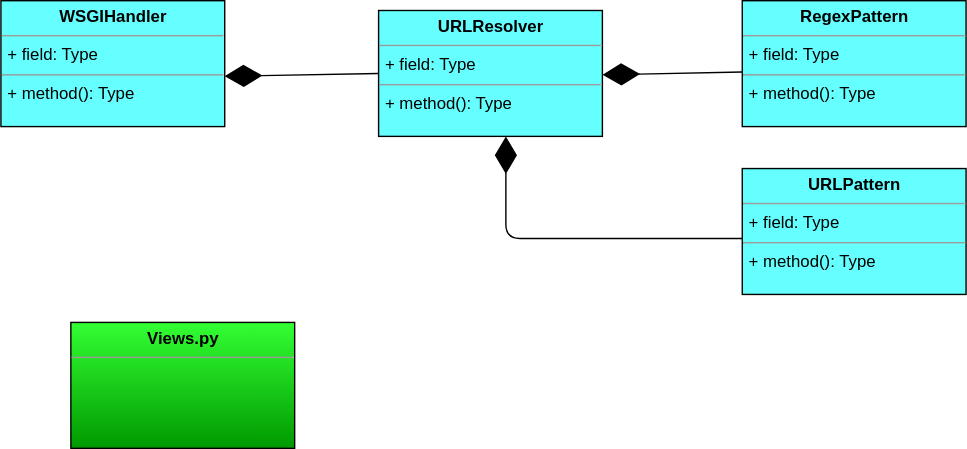
Before: urlconf.svg, a diagram exported from draw.io (shotgunner/django_inside). Source tidied: cells renumbered, new cells last; positions are measured from the earlier drawing's top-left corner, leaving out a move shared by most shapes. The source it was exported from:
```xml
<mxGraphModel background="#ffffff">
  <root>
    <mxCell id="0" />
    <mxCell id="1" parent="0" />
    <mxCell id="2" value="&lt;p style=&quot;margin: 0px ; margin-top: 4px ; text-align: center&quot;&gt;&lt;b&gt;Views.py&lt;/b&gt;&lt;/p&gt;&lt;hr size=&quot;1&quot;&gt;&lt;p style=&quot;margin: 0px ; margin-left: 4px&quot;&gt;&lt;br&gt;&lt;/p&gt;" style="verticalAlign=top;align=left;overflow=fill;fontSize=12;fontFamily=Helvetica;html=1;strokeColor=#000000;fillColor=#33FF33;gradientColor=#009900;" parent="1" vertex="1">
      <mxGeometry x="50" y="230" width="160" height="90" as="geometry" />
    </mxCell>
    <mxCell id="3" value="&lt;p style=&quot;margin: 0px ; margin-top: 4px ; text-align: center&quot;&gt;&lt;b&gt;WSGIHandler&lt;/b&gt;&lt;/p&gt;&lt;hr size=&quot;1&quot;&gt;&lt;p style=&quot;margin: 0px ; margin-left: 4px&quot;&gt;+ field: Type&lt;/p&gt;&lt;hr size=&quot;1&quot;&gt;&lt;p style=&quot;margin: 0px ; margin-left: 4px&quot;&gt;+ method(): Type&lt;/p&gt;" style="verticalAlign=top;align=left;overflow=fill;fontSize=12;fontFamily=Helvetica;html=1;strokeColor=#000000;fillColor=#66FFFF;gradientColor=none;" parent="1" vertex="1">
      <mxGeometry width="160" height="90" as="geometry" />
    </mxCell>
    <mxCell id="4" value="&lt;p style=&quot;margin: 0px ; margin-top: 4px ; text-align: center&quot;&gt;&lt;b&gt;URLResolver&lt;/b&gt;&lt;/p&gt;&lt;hr size=&quot;1&quot;&gt;&lt;p style=&quot;margin: 0px ; margin-left: 4px&quot;&gt;+ field: Type&lt;/p&gt;&lt;hr size=&quot;1&quot;&gt;&lt;p style=&quot;margin: 0px ; margin-left: 4px&quot;&gt;+ method(): Type&lt;/p&gt;" style="verticalAlign=top;align=left;overflow=fill;fontSize=12;fontFamily=Helvetica;html=1;strokeColor=#000000;fillColor=#66FFFF;gradientColor=none;" parent="1" vertex="1">
      <mxGeometry x="270" y="7" width="160" height="90" as="geometry" />
    </mxCell>
    <mxCell id="5" value="&lt;p style=&quot;margin: 0px ; margin-top: 4px ; text-align: center&quot;&gt;&lt;b&gt;RegexPattern&lt;/b&gt;&lt;/p&gt;&lt;hr size=&quot;1&quot;&gt;&lt;p style=&quot;margin: 0px ; margin-left: 4px&quot;&gt;+ field: Type&lt;/p&gt;&lt;hr size=&quot;1&quot;&gt;&lt;p style=&quot;margin: 0px ; margin-left: 4px&quot;&gt;+ method(): Type&lt;/p&gt;" style="verticalAlign=top;align=left;overflow=fill;fontSize=12;fontFamily=Helvetica;html=1;strokeColor=#000000;fillColor=#66FFFF;gradientColor=none;" parent="1" vertex="1">
      <mxGeometry x="530" width="160" height="90" as="geometry" />
    </mxCell>
    <mxCell id="6" style="endArrow=diamondThin;endFill=1;endSize=24;html=1;fontSize=14;fontColor=#000000;entryX=1;entryY=0.6;entryPerimeter=0;exitX=0;exitY=0.5;" parent="1" edge="1" source="4" target="3">
      <mxGeometry relative="1" as="geometry" />
    </mxCell>
    <mxCell id="7" style="endArrow=diamondThin;endFill=1;endSize=24;html=1;fontSize=14;fontColor=#000000;exitX=0;exitY=0.5;" parent="1" edge="1">
      <mxGeometry relative="1" as="geometry">
        <mxPoint x="530" y="51" as="sourcePoint" />
        <mxPoint x="430" y="53" as="targetPoint" />
      </mxGeometry>
    </mxCell>
    <mxCell id="8" style="endArrow=diamondThin;endFill=1;endSize=24;html=1;fontSize=14;fontColor=#000000;entryX=0.569;entryY=1;entryPerimeter=0;" parent="1" edge="1" target="4">
      <mxGeometry relative="1" as="geometry">
        <mxPoint x="530" y="170" as="sourcePoint" />
        <Array as="points">
          <mxPoint x="361" y="170" />
        </Array>
      </mxGeometry>
    </mxCell>
    <mxCell id="9" value="&lt;p style=&quot;margin: 0px ; margin-top: 4px ; text-align: center&quot;&gt;&lt;b&gt;URLPattern&lt;/b&gt;&lt;/p&gt;&lt;hr size=&quot;1&quot;&gt;&lt;p style=&quot;margin: 0px ; margin-left: 4px&quot;&gt;+ field: Type&lt;/p&gt;&lt;hr size=&quot;1&quot;&gt;&lt;p style=&quot;margin: 0px ; margin-left: 4px&quot;&gt;+ method(): Type&lt;/p&gt;" style="verticalAlign=top;align=left;overflow=fill;fontSize=12;fontFamily=Helvetica;html=1;strokeColor=#000000;fillColor=#66FFFF;gradientColor=none;" parent="1" vertex="1">
      <mxGeometry x="530" y="120" width="160" height="90" as="geometry" />
    </mxCell>
  </root>
</mxGraphModel>
```
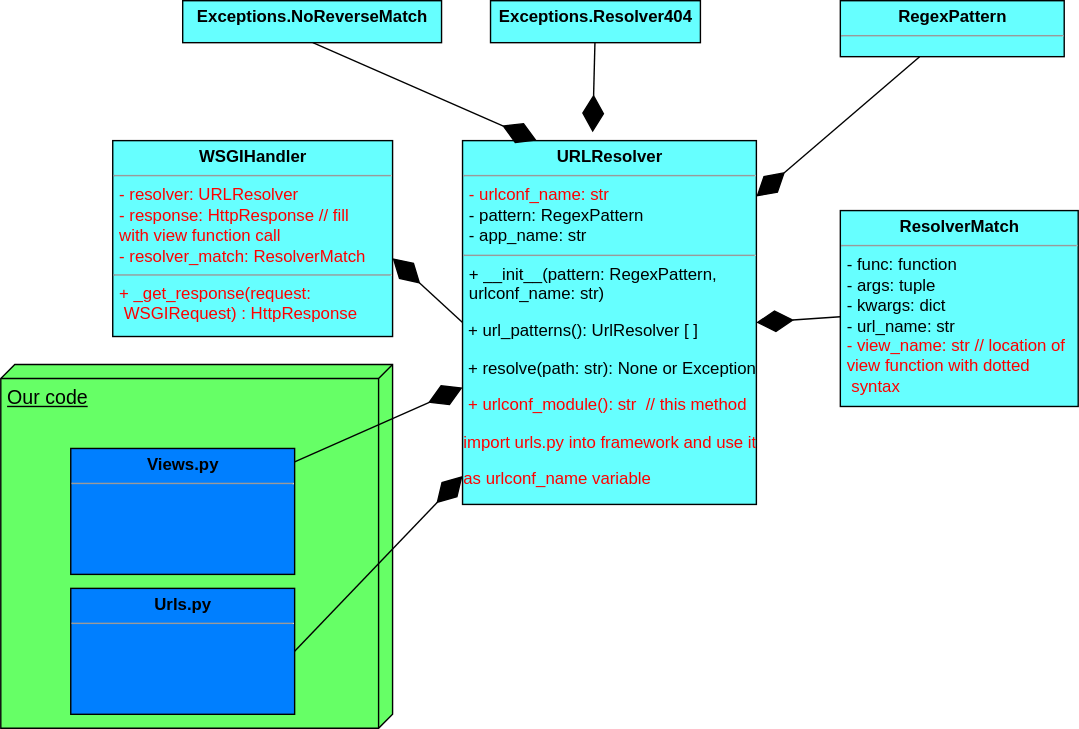
After the change.

The edit, as a diff of the source:
```diff
@@ -2,37 +2,55 @@
   <root>
     <mxCell id="0" />
     <mxCell id="1" parent="0" />
-    <mxCell id="2" value="&lt;p style=&quot;margin: 0px ; margin-top: 4px ; text-align: center&quot;&gt;&lt;b&gt;Views.py&lt;/b&gt;&lt;/p&gt;&lt;hr size=&quot;1&quot;&gt;&lt;p style=&quot;margin: 0px ; margin-left: 4px&quot;&gt;&lt;br&gt;&lt;/p&gt;" style="verticalAlign=top;align=left;overflow=fill;fontSize=12;fontFamily=Helvetica;html=1;strokeColor=#000000;fillColor=#33FF33;gradientColor=#009900;" parent="1" vertex="1">
-      <mxGeometry x="50" y="230" width="160" height="90" as="geometry" />
+    <mxCell id="2" value="Our code" style="verticalAlign=top;align=left;spacingTop=8;spacingLeft=2;spacingRight=12;shape=cube;size=10;direction=south;fontStyle=4;html=1;strokeColor=#000000;fillColor=#66FF66;gradientColor=none;fontSize=14;fontColor=#000000;labelBackgroundColor=none;" parent="1" vertex="1">
+      <mxGeometry x="-80" y="140" width="280" height="260" as="geometry" />
     </mxCell>
-    <mxCell id="3" value="&lt;p style=&quot;margin: 0px ; margin-top: 4px ; text-align: center&quot;&gt;&lt;b&gt;WSGIHandler&lt;/b&gt;&lt;/p&gt;&lt;hr size=&quot;1&quot;&gt;&lt;p style=&quot;margin: 0px ; margin-left: 4px&quot;&gt;+ field: Type&lt;/p&gt;&lt;hr size=&quot;1&quot;&gt;&lt;p style=&quot;margin: 0px ; margin-left: 4px&quot;&gt;+ method(): Type&lt;/p&gt;" style="verticalAlign=top;align=left;overflow=fill;fontSize=12;fontFamily=Helvetica;html=1;strokeColor=#000000;fillColor=#66FFFF;gradientColor=none;" parent="1" vertex="1">
-      <mxGeometry width="160" height="90" as="geometry" />
+    <mxCell id="3" value="&lt;p style=&quot;margin: 0px ; margin-top: 4px ; text-align: center&quot;&gt;&lt;b&gt;Views.py&lt;/b&gt;&lt;/p&gt;&lt;hr size=&quot;1&quot;&gt;&lt;p style=&quot;margin: 0px ; margin-left: 4px&quot;&gt;&lt;br&gt;&lt;/p&gt;" style="verticalAlign=top;align=left;overflow=fill;fontSize=12;fontFamily=Helvetica;html=1;strokeColor=#000000;fillColor=#007FFF;gradientColor=none;" parent="1" vertex="1">
+      <mxGeometry x="-30" y="200" width="160" height="90" as="geometry" />
     </mxCell>
-    <mxCell id="4" value="&lt;p style=&quot;margin: 0px ; margin-top: 4px ; text-align: center&quot;&gt;&lt;b&gt;URLResolver&lt;/b&gt;&lt;/p&gt;&lt;hr size=&quot;1&quot;&gt;&lt;p style=&quot;margin: 0px ; margin-left: 4px&quot;&gt;+ field: Type&lt;/p&gt;&lt;hr size=&quot;1&quot;&gt;&lt;p style=&quot;margin: 0px ; margin-left: 4px&quot;&gt;+ method(): Type&lt;/p&gt;" style="verticalAlign=top;align=left;overflow=fill;fontSize=12;fontFamily=Helvetica;html=1;strokeColor=#000000;fillColor=#66FFFF;gradientColor=none;" parent="1" vertex="1">
-      <mxGeometry x="270" y="7" width="160" height="90" as="geometry" />
+    <mxCell id="4" value="&lt;p style=&quot;margin: 0px ; margin-top: 4px ; text-align: center&quot;&gt;&lt;b&gt;WSGIHandler&lt;/b&gt;&lt;/p&gt;&lt;hr size=&quot;1&quot;&gt;&lt;p style=&quot;margin: 0px ; margin-left: 4px&quot;&gt;&lt;font color=&quot;#ff0000&quot;&gt;- resolver: URLResolver&lt;/font&gt;&lt;/p&gt;&lt;p style=&quot;margin: 0px ; margin-left: 4px&quot;&gt;&lt;font color=&quot;#ff0000&quot;&gt;- response: HttpResponse // fill&lt;/font&gt;&lt;/p&gt;&lt;p style=&quot;margin: 0px ; margin-left: 4px&quot;&gt;&lt;font color=&quot;#ff0000&quot;&gt;with view function call&lt;/font&gt;&lt;/p&gt;&lt;p style=&quot;margin: 0px ; margin-left: 4px&quot;&gt;&lt;font color=&quot;#ff0000&quot;&gt;- resolver_match: ResolverMatch&lt;/font&gt;&lt;/p&gt;&lt;hr size=&quot;1&quot;&gt;&lt;p style=&quot;margin: 0px ; margin-left: 4px&quot;&gt;&lt;font color=&quot;#ff0000&quot;&gt;+ _get_response(request:&amp;nbsp;&lt;/font&gt;&lt;/p&gt;&lt;p style=&quot;margin: 0px ; margin-left: 4px&quot;&gt;&lt;font color=&quot;#ff0000&quot;&gt;&amp;nbsp;WSGIRequest) : HttpResponse&lt;/font&gt;&lt;/p&gt;&lt;p style=&quot;margin: 0px ; margin-left: 4px&quot;&gt;&lt;br&gt;&lt;/p&gt;" style="verticalAlign=top;align=left;overflow=fill;fontSize=12;fontFamily=Helvetica;html=1;strokeColor=#000000;fillColor=#66FFFF;gradientColor=none;" parent="1" vertex="1">
+      <mxGeometry y="-20" width="200" height="140" as="geometry" />
     </mxCell>
-    <mxCell id="5" value="&lt;p style=&quot;margin: 0px ; margin-top: 4px ; text-align: center&quot;&gt;&lt;b&gt;RegexPattern&lt;/b&gt;&lt;/p&gt;&lt;hr size=&quot;1&quot;&gt;&lt;p style=&quot;margin: 0px ; margin-left: 4px&quot;&gt;+ field: Type&lt;/p&gt;&lt;hr size=&quot;1&quot;&gt;&lt;p style=&quot;margin: 0px ; margin-left: 4px&quot;&gt;+ method(): Type&lt;/p&gt;" style="verticalAlign=top;align=left;overflow=fill;fontSize=12;fontFamily=Helvetica;html=1;strokeColor=#000000;fillColor=#66FFFF;gradientColor=none;" parent="1" vertex="1">
-      <mxGeometry x="530" width="160" height="90" as="geometry" />
+    <mxCell id="5" value="&lt;p style=&quot;margin: 0px ; margin-top: 4px ; text-align: center&quot;&gt;&lt;b&gt;URLResolver&lt;/b&gt;&lt;/p&gt;&lt;hr size=&quot;1&quot;&gt;&lt;p style=&quot;margin: 0px ; margin-left: 4px&quot;&gt;&lt;font color=&quot;#ff0000&quot;&gt;-&amp;nbsp;&lt;span&gt;urlconf_name: str&lt;/span&gt;&lt;/font&gt;&lt;/p&gt;&lt;p style=&quot;margin: 0px ; margin-left: 4px&quot;&gt;- pattern: RegexPattern&lt;/p&gt;&lt;p style=&quot;margin: 0px ; margin-left: 4px&quot;&gt;- app_name: str&lt;/p&gt;&lt;hr size=&quot;1&quot;&gt;&lt;p style=&quot;margin: 0px ; margin-left: 4px&quot;&gt;+&amp;nbsp;&lt;span&gt;__init__(pattern: RegexPattern,&lt;/span&gt;&lt;/p&gt;&lt;p style=&quot;margin: 0px ; margin-left: 4px&quot;&gt;&lt;span&gt;urlconf_name: str)&lt;/span&gt;&lt;/p&gt;&lt;p&gt;&amp;nbsp;+ &lt;span&gt;url_patterns(): UrlResolver [ ]&lt;/span&gt;&lt;/p&gt;&lt;p&gt;&lt;span&gt;&amp;nbsp;+ resolve(path: str): None or Exception&lt;/span&gt;&lt;/p&gt;&lt;p&gt;&amp;nbsp;&lt;font color=&quot;#ff0000&quot;&gt;+&amp;nbsp;&lt;/font&gt;&lt;font color=&quot;#ff0000&quot;&gt;urlconf_module(): str&amp;nbsp; // this method&amp;nbsp;&lt;/font&gt;&lt;/p&gt;&lt;p&gt;&lt;span&gt;&lt;font color=&quot;#ff0000&quot;&gt;import urls.py into framework and use it&lt;/font&gt;&lt;/span&gt;&lt;/p&gt;&lt;p&gt;&lt;span&gt;&lt;font color=&quot;#ff0000&quot;&gt;as urlconf_name variable&lt;/font&gt;&lt;/span&gt;&lt;/p&gt;" style="verticalAlign=top;align=left;overflow=fill;fontSize=12;fontFamily=Helvetica;html=1;strokeColor=#000000;fillColor=#66FFFF;gradientColor=none;" parent="1" vertex="1">
+      <mxGeometry x="250" y="-20" width="210" height="260" as="geometry" />
     </mxCell>
-    <mxCell id="6" style="endArrow=diamondThin;endFill=1;endSize=24;html=1;fontSize=14;fontColor=#000000;entryX=1;entryY=0.6;entryPerimeter=0;exitX=0;exitY=0.5;" parent="1" edge="1" source="4" target="3">
-      <mxGeometry relative="1" as="geometry" />
+    <mxCell id="6" value="&lt;p style=&quot;margin: 0px ; margin-top: 4px ; text-align: center&quot;&gt;&lt;b&gt;RegexPattern&lt;/b&gt;&lt;/p&gt;&lt;hr size=&quot;1&quot;&gt;&lt;p style=&quot;margin: 0px ; margin-left: 4px&quot;&gt;&lt;br&gt;&lt;/p&gt;" style="verticalAlign=top;align=left;overflow=fill;fontSize=12;fontFamily=Helvetica;html=1;strokeColor=#000000;fillColor=#66FFFF;gradientColor=none;" parent="1" vertex="1">
+      <mxGeometry x="520" y="-120" width="160" height="40" as="geometry" />
     </mxCell>
-    <mxCell id="7" style="endArrow=diamondThin;endFill=1;endSize=24;html=1;fontSize=14;fontColor=#000000;exitX=0;exitY=0.5;" parent="1" edge="1">
-      <mxGeometry relative="1" as="geometry">
-        <mxPoint x="530" y="51" as="sourcePoint" />
-        <mxPoint x="430" y="53" as="targetPoint" />
-      </mxGeometry>
+    <mxCell id="7" style="endArrow=diamondThin;endFill=1;endSize=24;html=1;fontSize=14;fontColor=#000000;entryX=1;entryY=0.6;entryPerimeter=0;exitX=0;exitY=0.5;" parent="1" edge="1" source="5" target="4">
+      <mxGeometry relative="1" as="geometry" />
     </mxCell>
-    <mxCell id="8" style="endArrow=diamondThin;endFill=1;endSize=24;html=1;fontSize=14;fontColor=#000000;entryX=0.569;entryY=1;entryPerimeter=0;" parent="1" edge="1" target="4">
-      <mxGeometry relative="1" as="geometry">
-        <mxPoint x="530" y="170" as="sourcePoint" />
-        <Array as="points">
-          <mxPoint x="361" y="170" />
-        </Array>
-      </mxGeometry>
+    <mxCell id="8" style="endArrow=diamondThin;endFill=1;endSize=24;html=1;fontSize=14;fontColor=#000000;" parent="1" edge="1" source="6" target="5">
+      <mxGeometry relative="1" as="geometry" />
     </mxCell>
-    <mxCell id="9" value="&lt;p style=&quot;margin: 0px ; margin-top: 4px ; text-align: center&quot;&gt;&lt;b&gt;URLPattern&lt;/b&gt;&lt;/p&gt;&lt;hr size=&quot;1&quot;&gt;&lt;p style=&quot;margin: 0px ; margin-left: 4px&quot;&gt;+ field: Type&lt;/p&gt;&lt;hr size=&quot;1&quot;&gt;&lt;p style=&quot;margin: 0px ; margin-left: 4px&quot;&gt;+ method(): Type&lt;/p&gt;" style="verticalAlign=top;align=left;overflow=fill;fontSize=12;fontFamily=Helvetica;html=1;strokeColor=#000000;fillColor=#66FFFF;gradientColor=none;" parent="1" vertex="1">
-      <mxGeometry x="530" y="120" width="160" height="90" as="geometry" />
+    <mxCell id="9" value="&lt;p style=&quot;margin: 0px ; margin-top: 4px ; text-align: center&quot;&gt;&lt;b&gt;Exceptions.Resolver404&lt;/b&gt;&lt;/p&gt;" style="verticalAlign=top;align=left;overflow=fill;fontSize=12;fontFamily=Helvetica;html=1;strokeColor=#000000;fillColor=#66FFFF;gradientColor=none;" parent="1" vertex="1">
+      <mxGeometry x="270" y="-120" width="150" height="30" as="geometry" />
     </mxCell>
+    <mxCell id="10" value="&lt;p style=&quot;margin: 0px ; margin-top: 4px ; text-align: center&quot;&gt;&lt;b&gt;Exceptions.&lt;span&gt;NoReverseMatch&lt;/span&gt;&lt;/b&gt;&lt;/p&gt;" style="verticalAlign=top;align=left;overflow=fill;fontSize=12;fontFamily=Helvetica;html=1;strokeColor=#000000;fillColor=#66FFFF;gradientColor=none;" parent="1" vertex="1">
+      <mxGeometry x="50" y="-120" width="185" height="30" as="geometry" />
+    </mxCell>
+    <mxCell id="11" style="endArrow=diamondThin;endFill=1;endSize=24;html=1;fontSize=14;fontColor=#000000;exitX=0.5;exitY=1;entryX=0.25;entryY=0;" parent="1" edge="1" source="10" target="5">
+      <mxGeometry relative="1" as="geometry" />
+    </mxCell>
+    <mxCell id="12" value="&lt;p style=&quot;margin: 0px ; margin-top: 4px ; text-align: center&quot;&gt;&lt;b&gt;ResolverMatch&lt;/b&gt;&lt;/p&gt;&lt;hr size=&quot;1&quot;&gt;&lt;p style=&quot;margin: 0px ; margin-left: 4px&quot;&gt;- func: function&lt;/p&gt;&lt;p style=&quot;margin: 0px ; margin-left: 4px&quot;&gt;- args: tuple&lt;/p&gt;&lt;p style=&quot;margin: 0px ; margin-left: 4px&quot;&gt;&lt;span&gt;- kwargs: dict&lt;/span&gt;&lt;/p&gt;&lt;p style=&quot;margin: 0px ; margin-left: 4px&quot;&gt;- url_name: str&lt;/p&gt;&lt;p style=&quot;margin: 0px ; margin-left: 4px&quot;&gt;&lt;font color=&quot;#ff0000&quot;&gt;- view_name: str // location of&lt;/font&gt;&lt;/p&gt;&lt;p style=&quot;margin: 0px ; margin-left: 4px&quot;&gt;&lt;font color=&quot;#ff0000&quot;&gt;view function with dotted&lt;/font&gt;&lt;/p&gt;&lt;p style=&quot;margin: 0px ; margin-left: 4px&quot;&gt;&lt;font color=&quot;#ff0000&quot;&gt;&amp;nbsp;syntax&lt;/font&gt;&lt;/p&gt;" style="verticalAlign=top;align=left;overflow=fill;fontSize=12;fontFamily=Helvetica;html=1;strokeColor=#000000;fillColor=#66FFFF;gradientColor=none;" parent="1" vertex="1">
+      <mxGeometry x="520" y="30" width="170" height="140" as="geometry" />
+    </mxCell>
+    <mxCell id="13" style="endArrow=diamondThin;endFill=1;endSize=24;html=1;fontSize=14;fontColor=#000000;" parent="1" edge="1" source="3" target="5">
+      <mxGeometry relative="1" as="geometry" />
+    </mxCell>
+    <mxCell id="14" style="endArrow=diamondThin;endFill=1;endSize=24;html=1;fontSize=14;fontColor=#000000;" parent="1" edge="1" source="12">
+      <mxGeometry relative="1" as="geometry">
+        <mxPoint x="460" y="110" as="targetPoint" />
+      </mxGeometry>
+    </mxCell>
+    <mxCell id="15" style="endArrow=diamondThin;endFill=1;endSize=24;html=1;fontSize=14;fontColor=#000000;entryX=0.443;entryY=-0.024;entryPerimeter=0;" parent="1" edge="1" source="9" target="5">
+      <mxGeometry relative="1" as="geometry" />
+    </mxCell>
+    <mxCell id="16" value="&lt;p style=&quot;margin: 0px ; margin-top: 4px ; text-align: center&quot;&gt;&lt;b&gt;Urls.py&lt;/b&gt;&lt;/p&gt;&lt;hr size=&quot;1&quot;&gt;&lt;p style=&quot;margin: 0px ; margin-left: 4px&quot;&gt;&lt;br&gt;&lt;/p&gt;" style="verticalAlign=top;align=left;overflow=fill;fontSize=12;fontFamily=Helvetica;html=1;strokeColor=#000000;fillColor=#007FFF;gradientColor=none;" parent="1" vertex="1">
+      <mxGeometry x="-30" y="300" width="160" height="90" as="geometry" />
+    </mxCell>
+    <mxCell id="17" style="endArrow=diamondThin;endFill=1;endSize=24;html=1;fontSize=14;fontColor=#000000;exitX=1;exitY=0.5;" parent="1" edge="1" source="16" target="5">
+      <mxGeometry relative="1" as="geometry" />
+    </mxCell>
   </root>
 </mxGraphModel>
```
